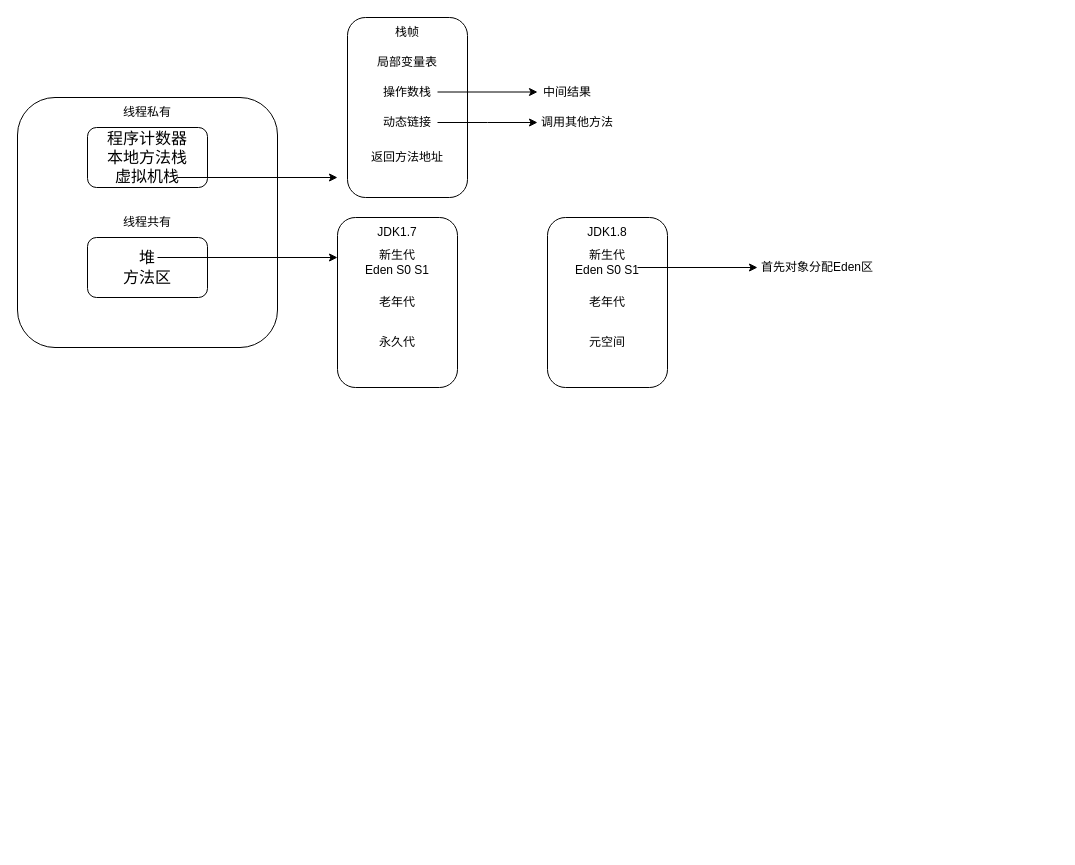
Above: JVM.drawio in 1155200424/diagrams (draw.io), before the change. Source tidied: cells renumbered, new cells numbered last; positions are measured from the earlier drawing's top-left corner, leaving out a move shared by most shapes. Both pictures are drawn from the tidied source at 100%, with x=0, y=0 at pixel (17, 17).
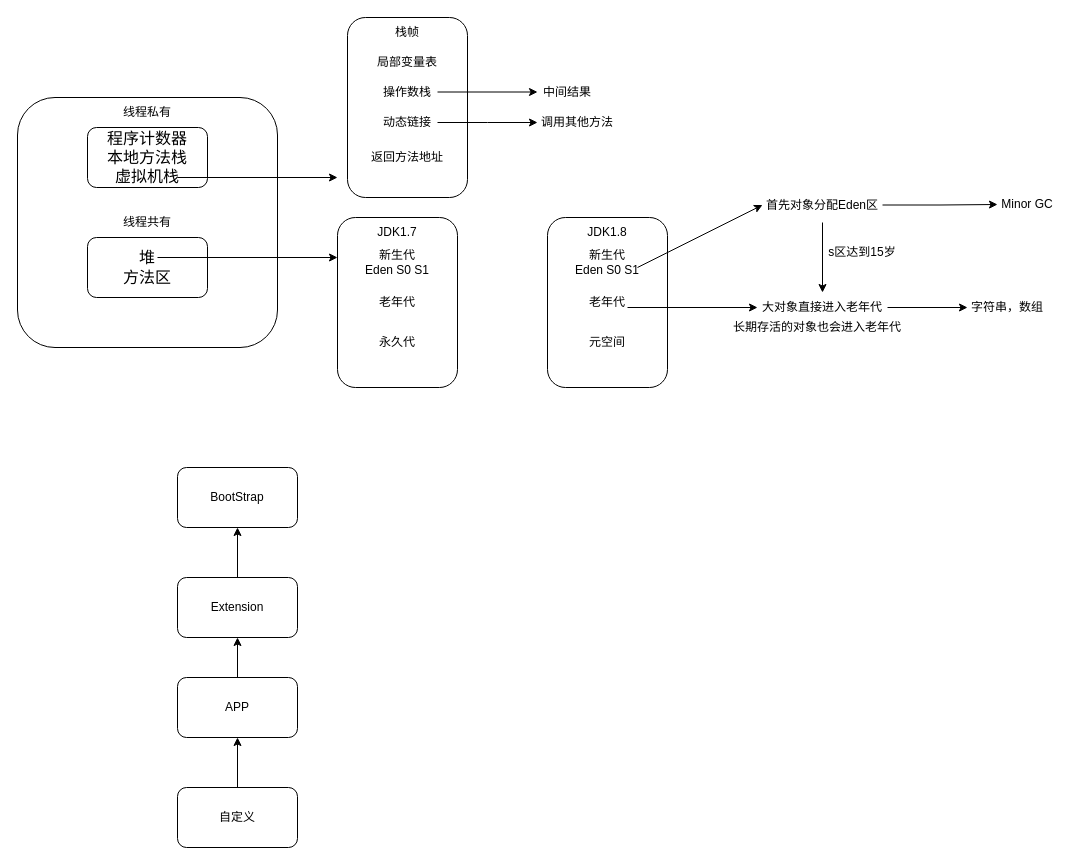
The same page after the edit.

The edit, as a diff of the source:
```diff
@@
-    <mxCell id="29" style="endArrow=classic;html=1;rounded=0;" parent="1" edge="1">
+    <mxCell id="29" style="endArrow=classic;html=1;rounded=0;entryX=0;entryY=0.5;entryDx=0;entryDy=0;" parent="1" edge="1" target="30">
       <mxGeometry relative="1" as="geometry">
         <mxPoint x="620" y="250" as="sourcePoint" />
-        <mxPoint x="740" y="250" as="targetPoint" />
       </mxGeometry>
     </mxCell>
+    <mxCell id="31" style="edgeStyle=orthogonalEdgeStyle;rounded=0;jettySize=auto;html=1;exitX=1;exitY=0.5;exitDx=0;exitDy=0;entryX=0;entryY=0.5;entryDx=0;entryDy=0;" parent="1" edge="1" source="30" target="33">
+      <mxGeometry relative="1" as="geometry" />
+    </mxCell>
+    <mxCell id="32" style="edgeStyle=orthogonalEdgeStyle;rounded=0;jettySize=auto;html=1;exitX=0.5;exitY=1;exitDx=0;exitDy=0;entryX=0.5;entryY=0;entryDx=0;entryDy=0;" parent="1" edge="1" source="30" target="35">
+      <mxGeometry relative="1" as="geometry" />
+    </mxCell>
     <mxCell id="30" value="首先对象分配Eden区" style="text;html=1;align=center;verticalAlign=middle;whiteSpace=wrap;rounded=0;" parent="1" vertex="1">
-      <mxGeometry x="740" y="232.5" width="120" height="35" as="geometry" />
+      <mxGeometry x="745" y="170" width="120" height="35" as="geometry" />
     </mxCell>
+    <mxCell id="33" value="Minor GC" style="text;html=1;align=center;verticalAlign=middle;whiteSpace=wrap;rounded=0;" parent="1" vertex="1">
+      <mxGeometry x="980" y="172" width="60" height="30" as="geometry" />
+    </mxCell>
+    <mxCell id="34" style="endArrow=classic;html=1;rounded=0;" parent="1" edge="1">
+      <mxGeometry relative="1" as="geometry">
+        <mxPoint x="610" y="290" as="sourcePoint" />
+        <mxPoint x="740" y="290" as="targetPoint" />
+      </mxGeometry>
+    </mxCell>
+    <mxCell id="35" value="大对象直接进入老年代" style="text;html=1;align=center;verticalAlign=middle;whiteSpace=wrap;rounded=0;" parent="1" vertex="1">
+      <mxGeometry x="740" y="275" width="130" height="30" as="geometry" />
+    </mxCell>
+    <mxCell id="36" style="endArrow=classic;html=1;rounded=0;" parent="1" edge="1">
+      <mxGeometry relative="1" as="geometry">
+        <mxPoint x="870" y="290" as="sourcePoint" />
+        <mxPoint x="950" y="290" as="targetPoint" />
+      </mxGeometry>
+    </mxCell>
+    <mxCell id="37" value="字符串，数组" style="text;html=1;align=center;verticalAlign=middle;whiteSpace=wrap;rounded=0;" parent="1" vertex="1">
+      <mxGeometry x="950" y="277.5" width="80" height="25" as="geometry" />
+    </mxCell>
+    <mxCell id="38" value="长期存活的对象也会进入老年代" style="text;html=1;align=center;verticalAlign=middle;whiteSpace=wrap;rounded=0;" parent="1" vertex="1">
+      <mxGeometry x="715" y="300" width="170" height="20" as="geometry" />
+    </mxCell>
+    <mxCell id="39" value="s区达到15岁" style="text;html=1;align=center;verticalAlign=middle;whiteSpace=wrap;rounded=0;" parent="1" vertex="1">
+      <mxGeometry x="805" y="220" width="80" height="30" as="geometry" />
+    </mxCell>
+    <mxCell id="40" style="edgeStyle=orthogonalEdgeStyle;rounded=0;jettySize=auto;html=1;exitX=0.5;exitY=0;exitDx=0;exitDy=0;" parent="1" edge="1" source="41" target="43">
+      <mxGeometry relative="1" as="geometry" />
+    </mxCell>
+    <mxCell id="41" value="APP" style="rounded=1;whiteSpace=wrap;html=1;" parent="1" vertex="1">
+      <mxGeometry x="160" y="660" width="120" height="60" as="geometry" />
+    </mxCell>
+    <mxCell id="42" style="edgeStyle=orthogonalEdgeStyle;rounded=0;jettySize=auto;html=1;exitX=0.5;exitY=0;exitDx=0;exitDy=0;" parent="1" edge="1" source="43" target="44">
+      <mxGeometry relative="1" as="geometry" />
+    </mxCell>
+    <mxCell id="43" value="Extension" style="rounded=1;whiteSpace=wrap;html=1;" parent="1" vertex="1">
+      <mxGeometry x="160" y="560" width="120" height="60" as="geometry" />
+    </mxCell>
+    <mxCell id="44" value="BootStrap" style="rounded=1;whiteSpace=wrap;html=1;" parent="1" vertex="1">
+      <mxGeometry x="160" y="450" width="120" height="60" as="geometry" />
+    </mxCell>
+    <mxCell id="45" style="edgeStyle=orthogonalEdgeStyle;rounded=0;jettySize=auto;html=1;exitX=0.5;exitY=0;exitDx=0;exitDy=0;" parent="1" edge="1" source="46" target="41">
+      <mxGeometry relative="1" as="geometry" />
+    </mxCell>
+    <mxCell id="46" value="自定义" style="rounded=1;whiteSpace=wrap;html=1;" parent="1" vertex="1">
+      <mxGeometry x="160" y="770" width="120" height="60" as="geometry" />
+    </mxCell>
```
